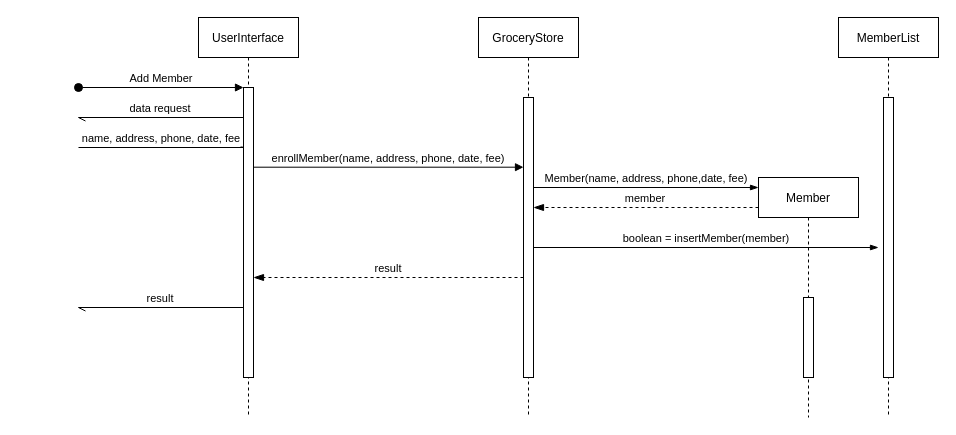
Before: Class Diagrams/Sequences/addMember.drawio in qaalib101/ICS372GroupProject1, a draw.io diagram. Source tidied: cells renumbered, new cells numbered last; positions are measured from the earlier drawing's top-left corner, leaving out a move shared by most shapes. Both pictures are drawn from the tidied source at 100%, with x=0, y=0 at pixel (78, 17).
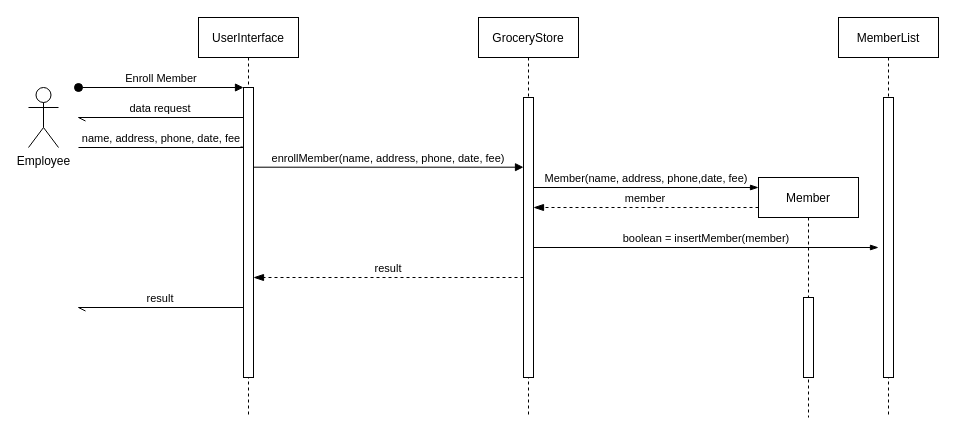
The same page after the edit.

Unchanged cells that the change refers to:
```xml
<mxCell id="2" value="UserInterface" style="shape=umlLifeline;perimeter=lifelinePerimeter;rounded=0;shadow=0;strokeWidth=1;" parent="1" vertex="1">
  <mxGeometry x="120" width="100" height="400" as="geometry" />
</mxCell>
<mxCell id="3" style="points=[];perimeter=orthogonalPerimeter;rounded=0;shadow=0;strokeWidth=1;" parent="2" vertex="1">
  <mxGeometry x="45" y="70" width="10" height="290" as="geometry" />
</mxCell>
```

Diff of the diagram source:
```diff
@@
-    <mxCell id="4" value="Add Member" style="verticalAlign=bottom;startArrow=oval;endArrow=block;startSize=8;shadow=0;strokeWidth=1;" parent="2" edge="1" target="3">
+    <mxCell id="4" value="Enroll Member" style="verticalAlign=bottom;startArrow=oval;endArrow=block;startSize=8;shadow=0;strokeWidth=1;" parent="2" edge="1" target="3">
       <mxGeometry relative="1" as="geometry">
         <mxPoint x="-120" y="70" as="sourcePoint" />
       </mxGeometry>
     </mxCell>
@@
+    <mxCell id="19" value="Employee" style="shape=umlActor;verticalLabelPosition=bottom;verticalAlign=top;html=1;" parent="1" vertex="1">
+      <mxGeometry x="-50" y="70" width="30" height="60" as="geometry" />
+    </mxCell>
```
